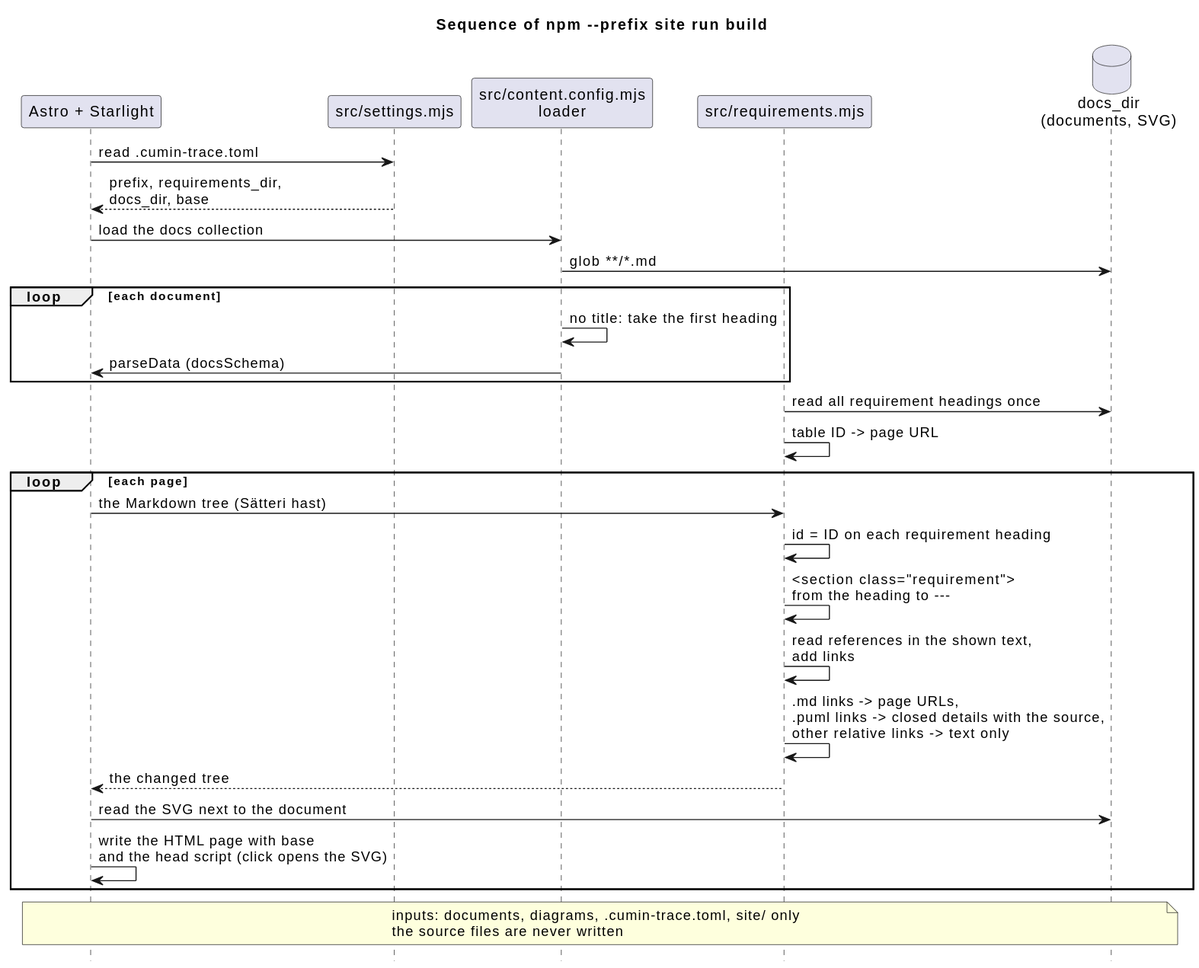
Before: docs/ja/designs/site/site-sequence.svg, a diagram exported from PlantUML (cloveclovedev/cumin-trace).
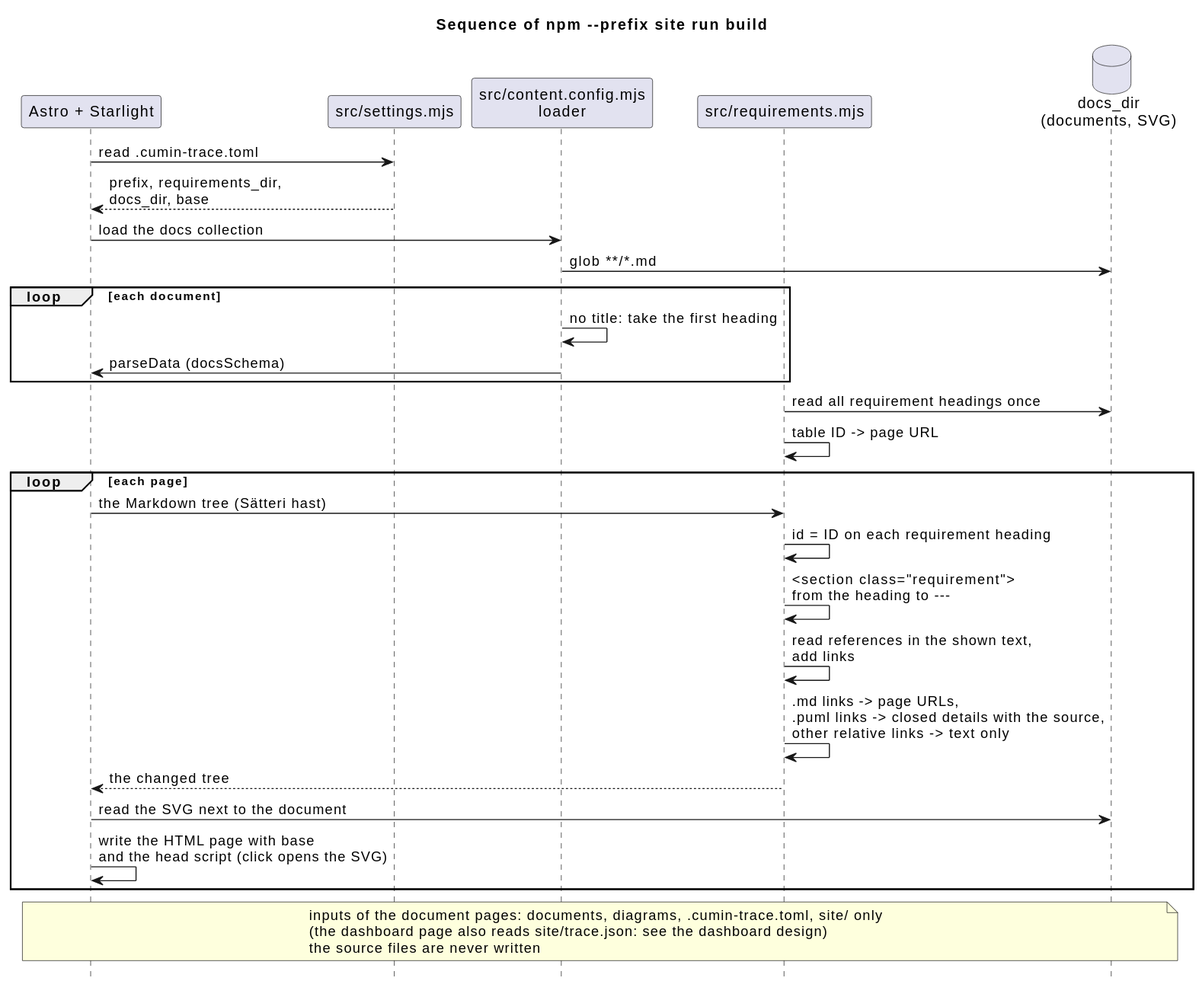
The same diagram one commit later.

The edit, as a diff of the source:
```diff
@@ -31,7 +31,8 @@
 end
 
 note over astro, docs
-  inputs: documents, diagrams, .cumin-trace.toml, site/ only
+  inputs of the document pages: documents, diagrams, .cumin-trace.toml, site/ only
+  (the dashboard page also reads site/trace.json: see the dashboard design)
   the source files are never written
 end note
 @enduml
```
